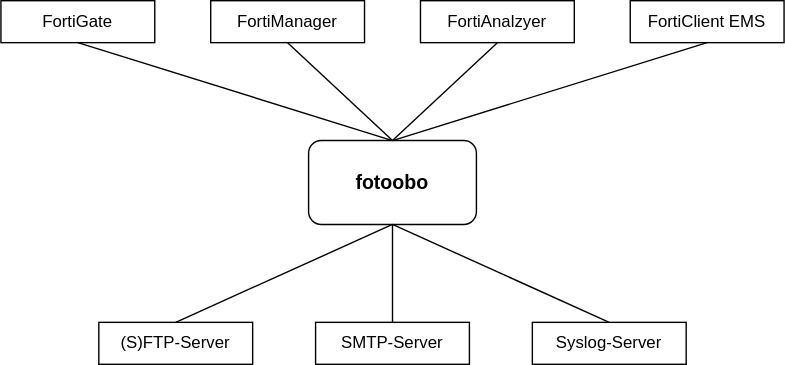
The draw.io diagram docs/source/developer/architecture/diagrams/fotoobo_context.drawio.svg in migros/fotoobo, before a commit. Source tidied: cells renumbered, new cells last; positions are measured from the earlier drawing's top-left corner, leaving out a move shared by most shapes. Its diagram source:
```xml
<mxGraphModel>
  <root>
    <mxCell id="0" />
    <mxCell id="1" parent="0" />
    <mxCell id="2" value="fotoobo" style="rounded=1;whiteSpace=wrap;html=1;fontStyle=1;fontSize=14;" parent="1" vertex="1">
      <mxGeometry x="220" y="100" width="120" height="60" as="geometry" />
    </mxCell>
    <mxCell id="3" style="edgeStyle=none;rounded=0;jettySize=auto;html=1;exitX=0.5;exitY=1;exitDx=0;exitDy=0;endArrow=none;endFill=0;" parent="1" edge="1" source="4">
      <mxGeometry relative="1" as="geometry">
        <mxPoint x="280" y="100" as="targetPoint" />
      </mxGeometry>
    </mxCell>
    <mxCell id="4" value="FortiGate" style="rounded=0;whiteSpace=wrap;html=1;" parent="1" vertex="1">
      <mxGeometry width="110" height="30" as="geometry" />
    </mxCell>
    <mxCell id="5" style="edgeStyle=none;rounded=0;jettySize=auto;html=1;exitX=0.5;exitY=1;exitDx=0;exitDy=0;entryX=0.5;entryY=0;entryDx=0;entryDy=0;endArrow=none;endFill=0;" parent="1" edge="1" source="6" target="2">
      <mxGeometry relative="1" as="geometry" />
    </mxCell>
    <mxCell id="6" value="FortiManager" style="rounded=0;whiteSpace=wrap;html=1;" parent="1" vertex="1">
      <mxGeometry x="150" width="110" height="30" as="geometry" />
    </mxCell>
    <mxCell id="7" style="edgeStyle=none;rounded=0;jettySize=auto;html=1;exitX=0.5;exitY=1;exitDx=0;exitDy=0;entryX=0.5;entryY=0;entryDx=0;entryDy=0;endArrow=none;endFill=0;" parent="1" edge="1" source="8" target="2">
      <mxGeometry relative="1" as="geometry" />
    </mxCell>
    <mxCell id="8" value="FortiAnalzyer" style="rounded=0;whiteSpace=wrap;html=1;" parent="1" vertex="1">
      <mxGeometry x="300" width="110" height="30" as="geometry" />
    </mxCell>
    <mxCell id="9" style="edgeStyle=none;rounded=0;jettySize=auto;html=1;exitX=0.5;exitY=1;exitDx=0;exitDy=0;endArrow=none;endFill=0;entryX=0.5;entryY=0;entryDx=0;entryDy=0;" parent="1" edge="1" source="10" target="2">
      <mxGeometry relative="1" as="geometry" />
    </mxCell>
    <mxCell id="10" value="FortiClient EMS" style="rounded=0;whiteSpace=wrap;html=1;" parent="1" vertex="1">
      <mxGeometry x="450" width="110" height="30" as="geometry" />
    </mxCell>
    <mxCell id="11" style="rounded=0;jettySize=auto;html=1;exitX=0.5;exitY=0;exitDx=0;exitDy=0;endArrow=none;endFill=0;entryX=0.5;entryY=1;entryDx=0;entryDy=0;" parent="1" edge="1" source="12" target="2">
      <mxGeometry relative="1" as="geometry" />
    </mxCell>
    <mxCell id="12" value="(S)FTP-Server" style="rounded=0;whiteSpace=wrap;html=1;" parent="1" vertex="1">
      <mxGeometry x="70" y="230" width="110" height="30" as="geometry" />
    </mxCell>
    <mxCell id="13" style="edgeStyle=none;rounded=0;jettySize=auto;html=1;exitX=0.5;exitY=0;exitDx=0;exitDy=0;endArrow=none;endFill=0;" parent="1" edge="1" source="14" target="2">
      <mxGeometry relative="1" as="geometry" />
    </mxCell>
    <mxCell id="14" value="SMTP-Server" style="rounded=0;whiteSpace=wrap;html=1;" parent="1" vertex="1">
      <mxGeometry x="225" y="230" width="110" height="30" as="geometry" />
    </mxCell>
    <mxCell id="15" style="edgeStyle=none;rounded=0;jettySize=auto;html=1;exitX=0.5;exitY=0;exitDx=0;exitDy=0;endArrow=none;endFill=0;entryX=0.5;entryY=1;entryDx=0;entryDy=0;" parent="1" edge="1" source="16" target="2">
      <mxGeometry relative="1" as="geometry" />
    </mxCell>
    <mxCell id="16" value="Syslog-Server" style="rounded=0;whiteSpace=wrap;html=1;" parent="1" vertex="1">
      <mxGeometry x="380" y="230" width="110" height="30" as="geometry" />
    </mxCell>
  </root>
</mxGraphModel>
```
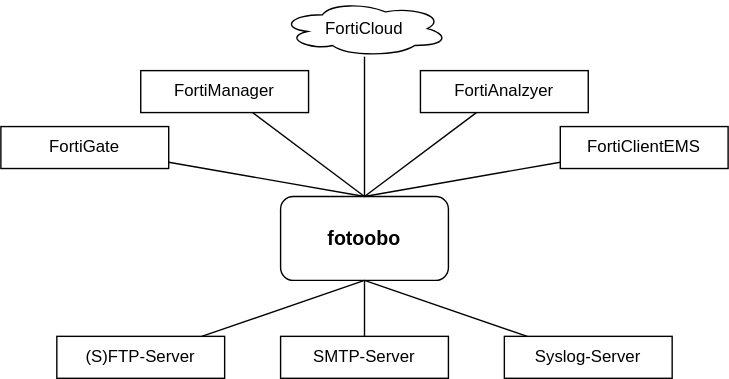
Above is the later version.

Commit message:
📝 Update docs due to new FortiCloud module

What changed in the source:
```diff
@@ -3,51 +3,55 @@
     <mxCell id="0" />
     <mxCell id="1" parent="0" />
     <mxCell id="2" value="fotoobo" style="rounded=1;whiteSpace=wrap;html=1;fontStyle=1;fontSize=14;" parent="1" vertex="1">
-      <mxGeometry x="220" y="100" width="120" height="60" as="geometry" />
+      <mxGeometry x="230" y="100" width="120" height="60" as="geometry" />
     </mxCell>
-    <mxCell id="3" style="edgeStyle=none;rounded=0;jettySize=auto;html=1;exitX=0.5;exitY=1;exitDx=0;exitDy=0;endArrow=none;endFill=0;" parent="1" edge="1" source="4">
-      <mxGeometry relative="1" as="geometry">
-        <mxPoint x="280" y="100" as="targetPoint" />
-      </mxGeometry>
+    <mxCell id="3" style="edgeStyle=none;rounded=0;jettySize=auto;html=1;endArrow=none;endFill=0;entryX=0.5;entryY=0;entryDx=0;entryDy=0;" parent="1" edge="1" source="4" target="2">
+      <mxGeometry relative="1" as="geometry" />
     </mxCell>
     <mxCell id="4" value="FortiGate" style="rounded=0;whiteSpace=wrap;html=1;" parent="1" vertex="1">
-      <mxGeometry width="110" height="30" as="geometry" />
+      <mxGeometry x="30" y="50" width="120" height="30" as="geometry" />
     </mxCell>
-    <mxCell id="5" style="edgeStyle=none;rounded=0;jettySize=auto;html=1;exitX=0.5;exitY=1;exitDx=0;exitDy=0;entryX=0.5;entryY=0;entryDx=0;entryDy=0;endArrow=none;endFill=0;" parent="1" edge="1" source="6" target="2">
+    <mxCell id="5" style="edgeStyle=none;rounded=0;jettySize=auto;html=1;entryX=0.5;entryY=0;entryDx=0;entryDy=0;endArrow=none;endFill=0;" parent="1" edge="1" source="6" target="2">
       <mxGeometry relative="1" as="geometry" />
     </mxCell>
     <mxCell id="6" value="FortiManager" style="rounded=0;whiteSpace=wrap;html=1;" parent="1" vertex="1">
-      <mxGeometry x="150" width="110" height="30" as="geometry" />
+      <mxGeometry x="130" y="10" width="120" height="30" as="geometry" />
     </mxCell>
-    <mxCell id="7" style="edgeStyle=none;rounded=0;jettySize=auto;html=1;exitX=0.5;exitY=1;exitDx=0;exitDy=0;entryX=0.5;entryY=0;entryDx=0;entryDy=0;endArrow=none;endFill=0;" parent="1" edge="1" source="8" target="2">
+    <mxCell id="7" style="edgeStyle=none;rounded=0;jettySize=auto;html=1;entryX=0.5;entryY=0;entryDx=0;entryDy=0;endArrow=none;endFill=0;" parent="1" edge="1" source="8" target="2">
       <mxGeometry relative="1" as="geometry" />
     </mxCell>
     <mxCell id="8" value="FortiAnalzyer" style="rounded=0;whiteSpace=wrap;html=1;" parent="1" vertex="1">
-      <mxGeometry x="300" width="110" height="30" as="geometry" />
+      <mxGeometry x="330" y="10" width="120" height="30" as="geometry" />
     </mxCell>
-    <mxCell id="9" style="edgeStyle=none;rounded=0;jettySize=auto;html=1;exitX=0.5;exitY=1;exitDx=0;exitDy=0;endArrow=none;endFill=0;entryX=0.5;entryY=0;entryDx=0;entryDy=0;" parent="1" edge="1" source="10" target="2">
+    <mxCell id="9" style="edgeStyle=none;rounded=0;jettySize=auto;html=1;endArrow=none;endFill=0;entryX=0.5;entryY=0;entryDx=0;entryDy=0;" parent="1" edge="1" source="10" target="2">
       <mxGeometry relative="1" as="geometry" />
     </mxCell>
-    <mxCell id="10" value="FortiClient EMS" style="rounded=0;whiteSpace=wrap;html=1;" parent="1" vertex="1">
-      <mxGeometry x="450" width="110" height="30" as="geometry" />
+    <mxCell id="10" value="FortiClientEMS" style="rounded=0;whiteSpace=wrap;html=1;" parent="1" vertex="1">
+      <mxGeometry x="430" y="50" width="120" height="30" as="geometry" />
     </mxCell>
-    <mxCell id="11" style="rounded=0;jettySize=auto;html=1;exitX=0.5;exitY=0;exitDx=0;exitDy=0;endArrow=none;endFill=0;entryX=0.5;entryY=1;entryDx=0;entryDy=0;" parent="1" edge="1" source="12" target="2">
+    <mxCell id="11" style="rounded=0;jettySize=auto;html=1;endArrow=none;endFill=0;entryX=0.5;entryY=1;entryDx=0;entryDy=0;" parent="1" edge="1" source="12" target="2">
       <mxGeometry relative="1" as="geometry" />
     </mxCell>
     <mxCell id="12" value="(S)FTP-Server" style="rounded=0;whiteSpace=wrap;html=1;" parent="1" vertex="1">
-      <mxGeometry x="70" y="230" width="110" height="30" as="geometry" />
+      <mxGeometry x="70" y="200" width="120" height="30" as="geometry" />
     </mxCell>
-    <mxCell id="13" style="edgeStyle=none;rounded=0;jettySize=auto;html=1;exitX=0.5;exitY=0;exitDx=0;exitDy=0;endArrow=none;endFill=0;" parent="1" edge="1" source="14" target="2">
+    <mxCell id="13" style="edgeStyle=none;rounded=0;jettySize=auto;html=1;endArrow=none;endFill=0;entryX=0.5;entryY=1;entryDx=0;entryDy=0;" parent="1" edge="1" source="14" target="2">
       <mxGeometry relative="1" as="geometry" />
     </mxCell>
     <mxCell id="14" value="SMTP-Server" style="rounded=0;whiteSpace=wrap;html=1;" parent="1" vertex="1">
-      <mxGeometry x="225" y="230" width="110" height="30" as="geometry" />
+      <mxGeometry x="230" y="200" width="120" height="30" as="geometry" />
     </mxCell>
-    <mxCell id="15" style="edgeStyle=none;rounded=0;jettySize=auto;html=1;exitX=0.5;exitY=0;exitDx=0;exitDy=0;endArrow=none;endFill=0;entryX=0.5;entryY=1;entryDx=0;entryDy=0;" parent="1" edge="1" source="16" target="2">
+    <mxCell id="15" style="edgeStyle=none;rounded=0;jettySize=auto;html=1;endArrow=none;endFill=0;entryX=0.5;entryY=1;entryDx=0;entryDy=0;" parent="1" edge="1" source="16" target="2">
       <mxGeometry relative="1" as="geometry" />
     </mxCell>
     <mxCell id="16" value="Syslog-Server" style="rounded=0;whiteSpace=wrap;html=1;" parent="1" vertex="1">
-      <mxGeometry x="380" y="230" width="110" height="30" as="geometry" />
+      <mxGeometry x="390" y="200" width="120" height="30" as="geometry" />
     </mxCell>
+    <mxCell id="17" value="FortiCloud" style="ellipse;shape=cloud;whiteSpace=wrap;html=1;" parent="1" vertex="1">
+      <mxGeometry x="230" y="-40" width="120" height="40" as="geometry" />
+    </mxCell>
+    <mxCell id="18" style="edgeStyle=none;rounded=0;jettySize=auto;html=1;entryX=0.5;entryY=0;entryDx=0;entryDy=0;endArrow=none;endFill=0;" parent="1" edge="1" source="17" target="2">
+      <mxGeometry relative="1" as="geometry" />
+    </mxCell>
   </root>
 </mxGraphModel>
```
